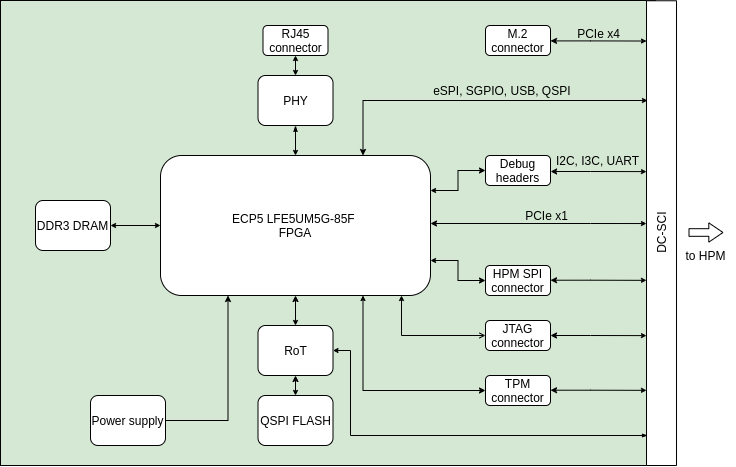
Before: img/diagram.png, a diagram exported from draw.io (antmicro/ecp5-dc-scm). Source tidied: cells renumbered, new cells last; positions are measured from the earlier drawing's top-left corner, leaving out a move shared by most shapes.
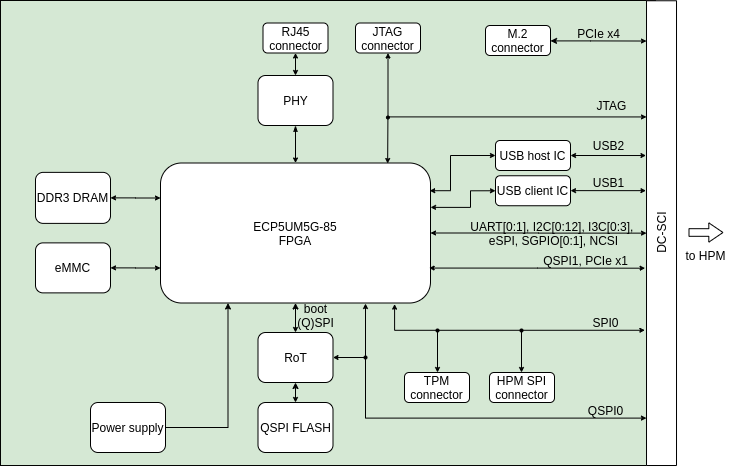
The same file after the commit.

Commit message:
Update diagram and visualisation

What changed in the source:
```diff
@@ -4,5 +4,5 @@
     <mxCell id="1" parent="0" />
-    <mxCell id="2" style="edgeStyle=orthogonalEdgeStyle;rounded=0;jettySize=auto;html=1;exitX=0;exitY=0.5;exitDx=0;exitDy=0;entryX=0.685;entryY=1.043;entryDx=0;entryDy=0;entryPerimeter=0;startArrow=oval;startFill=1;startSize=4;endArrow=oval;endFill=1;endSize=3;" parent="1" edge="1" source="16" target="10">
-      <mxGeometry relative="1" as="geometry" />
-    </mxCell>
+    <mxCell id="41" style="edgeStyle=orthogonalEdgeStyle;rounded=0;jettySize=auto;html=1;exitX=0;exitY=0.5;exitDx=0;exitDy=0;entryX=0.685;entryY=1.043;entryDx=0;entryDy=0;entryPerimeter=0;startArrow=oval;startFill=1;startSize=4;endArrow=oval;endFill=1;endSize=3;" parent="1" edge="1" source="16" target="50">
+      <mxGeometry relative="1" as="geometry" />
+    </mxCell>
     <mxCell id="3" style="rounded=0;whiteSpace=wrap;html=1;fillColor=#d5e8d4;strokeColor=#020301;" parent="1" vertex="1">
@@ -10,2 +10,5 @@
     </mxCell>
+    <mxCell id="42" style="edgeStyle=orthogonalEdgeStyle;rounded=0;jettySize=auto;html=1;exitX=0.75;exitY=0;exitDx=0;exitDy=0;entryX=0.5;entryY=1;entryDx=0;entryDy=0;startArrow=classic;startFill=1;startSize=3;endArrow=classic;endFill=1;endSize=3;" parent="1" edge="1" source="4" target="14">
+      <mxGeometry relative="1" as="geometry" />
+    </mxCell>
     <mxCell id="4" value="DC-SCI" style="rounded=0;whiteSpace=wrap;html=1;rotation=-90;" parent="1" vertex="1">
@@ -16,50 +19,63 @@
     </mxCell>
-    <mxCell id="6" style="edgeStyle=orthogonalEdgeStyle;rounded=0;jettySize=auto;html=1;exitX=0.5;exitY=1;exitDx=0;exitDy=0;entryX=0.5;entryY=0;entryDx=0;entryDy=0;startArrow=classic;startFill=1;startSize=4;endArrow=classic;endFill=1;endSize=3;" parent="1" edge="1" source="10" target="22">
-      <mxGeometry relative="1" as="geometry" />
-    </mxCell>
-    <mxCell id="7" style="edgeStyle=orthogonalEdgeStyle;rounded=0;jettySize=auto;html=1;exitX=0;exitY=0.5;exitDx=0;exitDy=0;entryX=1;entryY=0.5;entryDx=0;entryDy=0;startArrow=classic;startFill=1;startSize=3;endArrow=classic;endFill=1;endSize=3;" parent="1" edge="1" source="10" target="19">
-      <mxGeometry relative="1" as="geometry" />
-    </mxCell>
-    <mxCell id="8" style="edgeStyle=orthogonalEdgeStyle;rounded=0;jettySize=auto;html=1;exitX=0.25;exitY=1;exitDx=0;exitDy=0;entryX=1;entryY=0.5;entryDx=0;entryDy=0;startArrow=classic;startFill=1;startSize=4;endArrow=none;endFill=0;endSize=3;" parent="1" edge="1" source="10" target="27">
-      <mxGeometry relative="1" as="geometry" />
-    </mxCell>
-    <mxCell id="9" style="edgeStyle=orthogonalEdgeStyle;rounded=0;jettySize=auto;html=1;exitX=0.75;exitY=0;exitDx=0;exitDy=0;startArrow=classic;startFill=1;startSize=4;endArrow=classic;endFill=1;endSize=3;" parent="1" edge="1" source="10">
-      <mxGeometry relative="1" as="geometry">
-        <mxPoint x="647" y="100" as="targetPoint" />
-        <Array as="points">
-          <mxPoint x="363" y="100" />
-        </Array>
-      </mxGeometry>
-    </mxCell>
-    <mxCell id="10" value="ECP5 LFE5UM5G-85F&amp;nbsp;&lt;br&gt;FPGA" style="rounded=1;whiteSpace=wrap;html=1;" parent="1" vertex="1">
-      <mxGeometry x="160" y="155" width="270" height="140" as="geometry" />
-    </mxCell>
-    <mxCell id="11" style="edgeStyle=orthogonalEdgeStyle;rounded=0;jettySize=auto;html=1;exitX=0;exitY=0.5;exitDx=0;exitDy=0;entryX=1;entryY=0.25;entryDx=0;entryDy=0;startArrow=classic;startFill=1;startSize=4;endArrow=classic;endFill=1;endSize=3;" parent="1" edge="1" source="12" target="10">
-      <mxGeometry relative="1" as="geometry" />
-    </mxCell>
-    <mxCell id="12" value="Debug headers" style="rounded=1;whiteSpace=wrap;html=1;" parent="1" vertex="1">
-      <mxGeometry x="485" y="155" width="65" height="30" as="geometry" />
-    </mxCell>
-    <mxCell id="13" style="edgeStyle=orthogonalEdgeStyle;rounded=0;jettySize=auto;html=1;exitX=0;exitY=0.5;exitDx=0;exitDy=0;startArrow=open;startFill=0;startSize=4;endArrow=classic;endFill=1;endSize=3;" parent="1" edge="1" source="14">
-      <mxGeometry relative="1" as="geometry">
-        <mxPoint x="401" y="295" as="targetPoint" />
-      </mxGeometry>
-    </mxCell>
+    <mxCell id="43" style="edgeStyle=orthogonalEdgeStyle;rounded=0;jettySize=auto;html=1;exitX=0.5;exitY=1;exitDx=0;exitDy=0;entryX=0.5;entryY=0;entryDx=0;entryDy=0;startArrow=classic;startFill=1;startSize=4;endArrow=classic;endFill=1;endSize=3;" parent="1" edge="1" source="50" target="22">
+      <mxGeometry relative="1" as="geometry" />
+    </mxCell>
+    <mxCell id="44" style="edgeStyle=orthogonalEdgeStyle;rounded=0;jettySize=auto;html=1;exitX=0.25;exitY=1;exitDx=0;exitDy=0;entryX=1;entryY=0.5;entryDx=0;entryDy=0;startArrow=classic;startFill=1;startSize=4;endArrow=none;endFill=0;endSize=3;" parent="1" edge="1" source="50" target="27">
+      <mxGeometry relative="1" as="geometry" />
+    </mxCell>
+    <mxCell id="45" style="edgeStyle=orthogonalEdgeStyle;rounded=0;jettySize=auto;html=1;exitX=0;exitY=0.25;exitDx=0;exitDy=0;entryX=1;entryY=0.5;entryDx=0;entryDy=0;startArrow=classic;startFill=1;startSize=3;endArrow=classic;endFill=1;endSize=3;" parent="1" edge="1" source="50" target="19">
+      <mxGeometry relative="1" as="geometry" />
+    </mxCell>
+    <mxCell id="46" style="edgeStyle=orthogonalEdgeStyle;rounded=0;jettySize=auto;html=1;exitX=0;exitY=0.75;exitDx=0;exitDy=0;entryX=1;entryY=0.5;entryDx=0;entryDy=0;startArrow=classic;startFill=1;startSize=3;endArrow=classic;endFill=1;endSize=3;" parent="1" edge="1" source="50" target="57">
+      <mxGeometry relative="1" as="geometry" />
+    </mxCell>
+    <mxCell id="47" style="edgeStyle=orthogonalEdgeStyle;rounded=0;jettySize=auto;html=1;exitX=0.867;exitY=1.008;exitDx=0;exitDy=0;entryX=0.291;entryY=-0.054;entryDx=0;entryDy=0;entryPerimeter=0;startArrow=classic;startFill=1;startSize=3;endArrow=classic;endFill=1;endSize=3;exitPerimeter=0;" parent="1" edge="1" source="50" target="4">
+      <mxGeometry relative="1" as="geometry">
+        <Array as="points">
+          <mxPoint x="394" y="330" />
+        </Array>
+      </mxGeometry>
+    </mxCell>
+    <mxCell id="48" style="edgeStyle=orthogonalEdgeStyle;rounded=0;jettySize=auto;html=1;exitX=1;exitY=0.5;exitDx=0;exitDy=0;entryX=0.5;entryY=0;entryDx=0;entryDy=0;startArrow=classic;startFill=1;startSize=3;endArrow=classic;endFill=1;endSize=3;" parent="1" edge="1" source="50" target="4">
+      <mxGeometry relative="1" as="geometry" />
+    </mxCell>
+    <mxCell id="49" style="edgeStyle=orthogonalEdgeStyle;rounded=0;orthogonalLoop=1;jettySize=auto;html=1;startArrow=classic;startFill=1;startSize=3;endArrow=oval;endFill=1;endSize=3;" parent="1" edge="1">
+      <mxGeometry relative="1" as="geometry">
+        <mxPoint x="365" y="303" as="sourcePoint" />
+        <mxPoint x="365" y="357" as="targetPoint" />
+        <Array as="points">
+          <mxPoint x="365" y="303" />
+        </Array>
+      </mxGeometry>
+    </mxCell>
+    <mxCell id="50" value="ECP5UM5G-85&lt;br&gt;FPGA" style="rounded=1;whiteSpace=wrap;html=1;" parent="1" vertex="1">
+      <mxGeometry x="160" y="162.5" width="270" height="140" as="geometry" />
+    </mxCell>
     <mxCell id="14" value="JTAG connector" style="rounded=1;whiteSpace=wrap;html=1;" parent="1" vertex="1">
-      <mxGeometry x="485" y="320" width="65" height="30" as="geometry" />
+      <mxGeometry x="355" y="22.5" width="65" height="30" as="geometry" />
     </mxCell>
-    <mxCell id="15" style="edgeStyle=orthogonalEdgeStyle;rounded=0;jettySize=auto;html=1;exitX=0;exitY=0.5;exitDx=0;exitDy=0;entryX=0.75;entryY=1;entryDx=0;entryDy=0;startArrow=classic;startFill=1;startSize=4;endArrow=classic;endFill=1;endSize=3;" parent="1" edge="1" source="16" target="10">
-      <mxGeometry relative="1" as="geometry" />
-    </mxCell>
+    <mxCell id="51" style="edgeStyle=orthogonalEdgeStyle;rounded=0;jettySize=auto;html=1;exitX=0.5;exitY=0;exitDx=0;exitDy=0;startArrow=classic;startFill=1;endArrow=oval;endFill=1;endSize=3;startSize=3;" parent="1" edge="1" source="16">
+      <mxGeometry relative="1" as="geometry">
+        <mxPoint x="437" y="330" as="targetPoint" />
+        <Array as="points">
+          <mxPoint x="436" y="330" />
+        </Array>
+      </mxGeometry>
+    </mxCell>
     <mxCell id="16" value="TPM connector" style="rounded=1;whiteSpace=wrap;html=1;" parent="1" vertex="1">
-      <mxGeometry x="485" y="375" width="65" height="30" as="geometry" />
+      <mxGeometry x="404" y="372" width="65" height="30" as="geometry" />
     </mxCell>
-    <mxCell id="17" style="edgeStyle=orthogonalEdgeStyle;rounded=0;jettySize=auto;html=1;exitX=0;exitY=0.5;exitDx=0;exitDy=0;entryX=1;entryY=0.75;entryDx=0;entryDy=0;startArrow=classic;startFill=1;startSize=4;endArrow=classic;endFill=1;endSize=3;" parent="1" edge="1" source="18" target="10">
-      <mxGeometry relative="1" as="geometry" />
-    </mxCell>
+    <mxCell id="52" style="edgeStyle=orthogonalEdgeStyle;rounded=0;jettySize=auto;html=1;exitX=0.5;exitY=0;exitDx=0;exitDy=0;startArrow=classic;startFill=1;endArrow=oval;endFill=1;endSize=3;startSize=3;" parent="1" edge="1" source="18">
+      <mxGeometry relative="1" as="geometry">
+        <mxPoint x="521" y="330" as="targetPoint" />
+        <Array as="points">
+          <mxPoint x="522" y="330" />
+        </Array>
+      </mxGeometry>
+    </mxCell>
     <mxCell id="18" value="HPM SPI connector" style="rounded=1;whiteSpace=wrap;html=1;" parent="1" vertex="1">
-      <mxGeometry x="485" y="265" width="65" height="30" as="geometry" />
+      <mxGeometry x="489" y="372" width="65" height="30" as="geometry" />
     </mxCell>
     <mxCell id="19" value="DDR3 DRAM" style="rounded=1;whiteSpace=wrap;html=1;" parent="1" vertex="1">
-      <mxGeometry x="35" y="200" width="75" height="50" as="geometry" />
+      <mxGeometry x="35" y="171.9" width="75" height="51" as="geometry" />
     </mxCell>
@@ -68,16 +84,15 @@
     </mxCell>
-    <mxCell id="21" style="edgeStyle=orthogonalEdgeStyle;rounded=0;jettySize=auto;html=1;exitX=1;exitY=0.5;exitDx=0;exitDy=0;startArrow=classic;startFill=1;startSize=3;endArrow=blockThin;endFill=1;endSize=3;" parent="1" edge="1" source="22">
-      <mxGeometry relative="1" as="geometry">
-        <mxPoint x="647" y="435" as="targetPoint" />
-        <Array as="points">
-          <mxPoint x="350" y="350" />
-          <mxPoint x="350" y="435" />
-        </Array>
-      </mxGeometry>
-    </mxCell>
+    <mxCell id="53" style="edgeStyle=orthogonalEdgeStyle;rounded=0;jettySize=auto;html=1;exitX=1;exitY=0.5;exitDx=0;exitDy=0;startArrow=classic;startFill=1;startSize=3;endArrow=classic;endFill=1;endSize=3;entryX=0.102;entryY=-0.002;entryDx=0;entryDy=0;entryPerimeter=0;" parent="1" edge="1" source="22" target="4">
+      <mxGeometry relative="1" as="geometry">
+        <Array as="points">
+          <mxPoint x="365" y="357" />
+          <mxPoint x="365" y="418" />
+        </Array>
+      </mxGeometry>
+    </mxCell>
     <mxCell id="22" value="RoT" style="rounded=1;whiteSpace=wrap;html=1;" parent="1" vertex="1">
-      <mxGeometry x="257.5" y="325" width="75" height="50" as="geometry" />
+      <mxGeometry x="257.5" y="332" width="75" height="50" as="geometry" />
     </mxCell>
     <mxCell id="23" value="QSPI FLASH" style="rounded=1;whiteSpace=wrap;html=1;" parent="1" vertex="1">
-      <mxGeometry x="257.5" y="395" width="75" height="50" as="geometry" />
+      <mxGeometry x="257.5" y="402" width="75" height="50" as="geometry" />
     </mxCell>
@@ -90,10 +105,10 @@
     <mxCell id="26" value="RJ45 connector" style="rounded=1;whiteSpace=wrap;html=1;" parent="1" vertex="1">
-      <mxGeometry x="262.5" y="25" width="65" height="30" as="geometry" />
+      <mxGeometry x="262.5" y="22.5" width="65" height="30" as="geometry" />
     </mxCell>
     <mxCell id="27" value="Power supply" style="rounded=1;whiteSpace=wrap;html=1;" parent="1" vertex="1">
-      <mxGeometry x="90" y="395" width="75" height="50" as="geometry" />
+      <mxGeometry x="90" y="402" width="75" height="50" as="geometry" />
     </mxCell>
-    <mxCell id="28" style="edgeStyle=orthogonalEdgeStyle;rounded=0;jettySize=auto;html=1;exitX=0.5;exitY=1;exitDx=0;exitDy=0;entryX=0.5;entryY=0;entryDx=0;entryDy=0;startArrow=classicThin;startFill=1;startSize=4;endArrow=classic;endFill=1;endSize=3;" parent="1" edge="1" source="29" target="10">
-      <mxGeometry relative="1" as="geometry" />
-    </mxCell>
+    <mxCell id="54" style="edgeStyle=orthogonalEdgeStyle;rounded=0;jettySize=auto;html=1;exitX=0.5;exitY=1;exitDx=0;exitDy=0;entryX=0.5;entryY=0;entryDx=0;entryDy=0;startArrow=classicThin;startFill=1;startSize=4;endArrow=classic;endFill=1;endSize=3;" parent="1" edge="1" source="29" target="50">
+      <mxGeometry relative="1" as="geometry" />
+    </mxCell>
     <mxCell id="29" value="PHY" style="rounded=1;whiteSpace=wrap;html=1;" parent="1" vertex="1">
@@ -101,42 +116,12 @@
     </mxCell>
-    <mxCell id="30" style="edgeStyle=orthogonalEdgeStyle;rounded=0;orthogonalLoop=1;jettySize=auto;html=1;exitX=1;exitY=0.5;exitDx=0;exitDy=0;entryX=0.608;entryY=-0.005;entryDx=0;entryDy=0;startArrow=classic;startFill=1;startSize=4;endArrow=classic;endFill=1;endSize=3;entryPerimeter=0;" parent="1" edge="1">
-      <mxGeometry relative="1" as="geometry">
-        <mxPoint x="550" y="40.4" as="sourcePoint" />
-        <mxPoint x="646" y="40.5" as="targetPoint" />
-        <Array as="points">
-          <mxPoint x="590" y="40" />
-          <mxPoint x="630" y="41" />
-        </Array>
-      </mxGeometry>
-    </mxCell>
-    <mxCell id="31" style="edgeStyle=orthogonalEdgeStyle;rounded=0;orthogonalLoop=1;jettySize=auto;html=1;exitX=1;exitY=0.5;exitDx=0;exitDy=0;entryX=0.608;entryY=-0.005;entryDx=0;entryDy=0;startArrow=classic;startFill=1;startSize=4;endArrow=classic;endFill=1;endSize=3;entryPerimeter=0;" parent="1" edge="1">
-      <mxGeometry relative="1" as="geometry">
-        <mxPoint x="550" y="279.7" as="sourcePoint" />
-        <mxPoint x="646" y="279.8" as="targetPoint" />
-        <Array as="points">
-          <mxPoint x="590" y="279.3" />
-          <mxPoint x="630" y="280.3" />
-        </Array>
-      </mxGeometry>
-    </mxCell>
-    <mxCell id="32" style="edgeStyle=orthogonalEdgeStyle;rounded=0;orthogonalLoop=1;jettySize=auto;html=1;exitX=1;exitY=0.5;exitDx=0;exitDy=0;entryX=0.608;entryY=-0.005;entryDx=0;entryDy=0;startArrow=classic;startFill=1;startSize=4;endArrow=classic;endFill=1;endSize=3;entryPerimeter=0;" parent="1" edge="1">
-      <mxGeometry relative="1" as="geometry">
-        <mxPoint x="550" y="335" as="sourcePoint" />
-        <mxPoint x="646" y="335.1" as="targetPoint" />
-        <Array as="points">
-          <mxPoint x="590" y="334.6" />
-          <mxPoint x="630" y="335.6" />
-        </Array>
-      </mxGeometry>
-    </mxCell>
-    <mxCell id="33" style="edgeStyle=orthogonalEdgeStyle;rounded=0;orthogonalLoop=1;jettySize=auto;html=1;exitX=1;exitY=0.5;exitDx=0;exitDy=0;entryX=0.608;entryY=-0.005;entryDx=0;entryDy=0;startArrow=classic;startFill=1;startSize=4;endArrow=classic;endFill=1;endSize=3;entryPerimeter=0;" parent="1" edge="1">
-      <mxGeometry relative="1" as="geometry">
-        <mxPoint x="550" y="389.7" as="sourcePoint" />
-        <mxPoint x="646" y="389.8" as="targetPoint" />
-        <Array as="points">
-          <mxPoint x="590" y="389.3" />
-          <mxPoint x="630" y="390.3" />
-        </Array>
-      </mxGeometry>
-    </mxCell>
+    <mxCell id="55" style="edgeStyle=orthogonalEdgeStyle;rounded=0;orthogonalLoop=1;jettySize=auto;html=1;exitX=1;exitY=0.5;exitDx=0;exitDy=0;entryX=0.608;entryY=-0.005;entryDx=0;entryDy=0;startArrow=classic;startFill=1;startSize=4;endArrow=classic;endFill=1;endSize=3;entryPerimeter=0;" parent="1" edge="1">
+      <mxGeometry relative="1" as="geometry">
+        <mxPoint x="550" y="40.4" as="sourcePoint" />
+        <mxPoint x="646" y="40.5" as="targetPoint" />
+        <Array as="points">
+          <mxPoint x="590" y="40" />
+          <mxPoint x="630" y="41" />
+        </Array>
+      </mxGeometry>
+    </mxCell>
     <mxCell id="34" value="PCIe x4" style="text;html=1;align=center;verticalAlign=middle;" parent="1" vertex="1">
@@ -144,35 +129,85 @@
     </mxCell>
-    <mxCell id="35" value="I2C, I3C, UART" style="text;html=1;align=center;verticalAlign=middle;" parent="1" vertex="1">
-      <mxGeometry x="549.5" y="150" width="95" height="20" as="geometry" />
-    </mxCell>
-    <mxCell id="36" style="edgeStyle=orthogonalEdgeStyle;rounded=0;orthogonalLoop=1;jettySize=auto;html=1;exitX=1;exitY=0.5;exitDx=0;exitDy=0;entryX=0.608;entryY=-0.005;entryDx=0;entryDy=0;startArrow=classic;startFill=1;startSize=4;endArrow=classic;endFill=1;endSize=3;entryPerimeter=0;" parent="1" edge="1">
-      <mxGeometry relative="1" as="geometry">
-        <mxPoint x="550.1" y="171" as="sourcePoint" />
-        <mxPoint x="646" y="171.1" as="targetPoint" />
-        <Array as="points">
-          <mxPoint x="590.1" y="170.6" />
-          <mxPoint x="630.1" y="171.6" />
-        </Array>
-      </mxGeometry>
-    </mxCell>
-    <mxCell id="37" value="eSPI, SGPIO, USB, QSPI&amp;nbsp;" style="text;html=1;align=center;verticalAlign=middle;" parent="1" vertex="1">
-      <mxGeometry x="425" y="80" width="155" height="20" as="geometry" />
-    </mxCell>
-    <mxCell id="38" style="shape=flexArrow;endArrow=classic;html=1;width=7.619047619047619;endSize=4.395238095238096;endWidth=10.657596371882086;" parent="1" edge="1">
-      <mxGeometry relative="1" as="geometry">
-        <mxPoint x="688" y="232" as="sourcePoint" />
-        <mxPoint x="723" y="232" as="targetPoint" />
-      </mxGeometry>
-    </mxCell>
-    <mxCell id="39" style="edgeStyle=orthogonalEdgeStyle;rounded=0;jettySize=auto;html=1;entryX=0.608;entryY=-0.005;entryDx=0;entryDy=0;startArrow=classic;startFill=1;startSize=4;endArrow=classic;endFill=1;endSize=3;entryPerimeter=0;" parent="1" edge="1" source="10">
-      <mxGeometry relative="1" as="geometry">
-        <mxPoint x="646" y="223" as="targetPoint" />
-        <Array as="points">
-          <mxPoint x="590" y="223" />
-        </Array>
-      </mxGeometry>
-    </mxCell>
-    <mxCell id="40" value="PCIe x1" style="text;html=1;align=center;verticalAlign=middle;" parent="1" vertex="1">
-      <mxGeometry x="518" y="205" width="55" height="20" as="geometry" />
-    </mxCell>
+    <mxCell id="56" style="shape=flexArrow;endArrow=classic;html=1;width=7.619047619047619;endSize=4.395238095238096;endWidth=10.657596371882086;" parent="1" edge="1">
+      <mxGeometry relative="1" as="geometry">
+        <mxPoint x="688" y="232" as="sourcePoint" />
+        <mxPoint x="723" y="232" as="targetPoint" />
+      </mxGeometry>
+    </mxCell>
+    <mxCell id="57" value="eMMC" style="rounded=1;whiteSpace=wrap;html=1;" parent="1" vertex="1">
+      <mxGeometry x="35" y="242.4" width="75" height="50" as="geometry" />
+    </mxCell>
+    <mxCell id="58" style="edgeStyle=orthogonalEdgeStyle;rounded=0;jettySize=auto;html=1;exitX=0;exitY=0.5;exitDx=0;exitDy=0;entryX=0.997;entryY=0.198;entryDx=0;entryDy=0;entryPerimeter=0;startArrow=classic;startFill=1;startSize=3;endArrow=classic;endFill=1;endSize=3;" parent="1" edge="1" source="60" target="50">
+      <mxGeometry relative="1" as="geometry">
+        <Array as="points">
+          <mxPoint x="450" y="155" />
+          <mxPoint x="450" y="190" />
+        </Array>
+      </mxGeometry>
+    </mxCell>
+    <mxCell id="59" style="edgeStyle=orthogonalEdgeStyle;rounded=0;jettySize=auto;html=1;exitX=1;exitY=0.5;exitDx=0;exitDy=0;entryX=0.667;entryY=-0.018;entryDx=0;entryDy=0;entryPerimeter=0;startArrow=classic;startFill=1;startSize=3;endArrow=classic;endFill=1;endSize=3;" parent="1" edge="1" source="60" target="4">
+      <mxGeometry relative="1" as="geometry" />
+    </mxCell>
+    <mxCell id="60" value="USB host IC" style="rounded=1;whiteSpace=wrap;html=1;" parent="1" vertex="1">
+      <mxGeometry x="495" y="140" width="75" height="30" as="geometry" />
+    </mxCell>
+    <mxCell id="61" style="edgeStyle=orthogonalEdgeStyle;rounded=0;jettySize=auto;html=1;exitX=0;exitY=0.5;exitDx=0;exitDy=0;entryX=1;entryY=0.317;entryDx=0;entryDy=0;entryPerimeter=0;startArrow=classic;startFill=1;startSize=3;endArrow=classic;endFill=1;endSize=3;" parent="1" edge="1" source="62" target="50">
+      <mxGeometry relative="1" as="geometry">
+        <Array as="points">
+          <mxPoint x="470" y="190" />
+          <mxPoint x="470" y="207" />
+        </Array>
+      </mxGeometry>
+    </mxCell>
+    <mxCell id="62" value="USB client IC" style="rounded=1;whiteSpace=wrap;html=1;" parent="1" vertex="1">
+      <mxGeometry x="495" y="175.2" width="75" height="30" as="geometry" />
+    </mxCell>
+    <mxCell id="63" style="edgeStyle=orthogonalEdgeStyle;rounded=0;orthogonalLoop=1;jettySize=auto;html=1;exitX=1;exitY=0.5;exitDx=0;exitDy=0;entryX=0.667;entryY=-0.018;entryDx=0;entryDy=0;entryPerimeter=0;startArrow=classic;startFill=1;startSize=3;endArrow=classic;endFill=1;endSize=3;" parent="1" edge="1">
+      <mxGeometry relative="1" as="geometry">
+        <mxPoint x="570" y="190.1" as="sourcePoint" />
+        <mxPoint x="645.5" y="190.1" as="targetPoint" />
+      </mxGeometry>
+    </mxCell>
+    <mxCell id="64" value="USB1" style="text;html=1;align=center;verticalAlign=middle;" parent="1" vertex="1">
+      <mxGeometry x="585" y="171.9" width="45" height="20" as="geometry" />
+    </mxCell>
+    <mxCell id="65" value="boot&lt;br&gt;(Q)SPI" style="text;html=1;align=center;verticalAlign=middle;" parent="1" vertex="1">
+      <mxGeometry x="290" y="297" width="50" height="35" as="geometry" />
+    </mxCell>
+    <mxCell id="66" value="QSPI0" style="text;html=1;align=center;verticalAlign=middle;" parent="1" vertex="1">
+      <mxGeometry x="580" y="400" width="50" height="20" as="geometry" />
+    </mxCell>
+    <mxCell id="67" value="SPI0" style="text;html=1;align=center;verticalAlign=middle;" parent="1" vertex="1">
+      <mxGeometry x="585" y="312" width="40" height="20" as="geometry" />
+    </mxCell>
+    <mxCell id="68" style="edgeStyle=orthogonalEdgeStyle;rounded=0;orthogonalLoop=1;jettySize=auto;html=1;exitX=1;exitY=0.5;exitDx=0;exitDy=0;entryX=0.5;entryY=0;entryDx=0;entryDy=0;startArrow=classic;startFill=1;startSize=3;endArrow=classic;endFill=1;endSize=3;" parent="1" edge="1">
+      <mxGeometry relative="1" as="geometry">
+        <mxPoint x="428.6" y="267.6" as="sourcePoint" />
+        <mxPoint x="644.6" y="267.7" as="targetPoint" />
+        <Array as="points">
+          <mxPoint x="537" y="268" />
+          <mxPoint x="645" y="268" />
+        </Array>
+      </mxGeometry>
+    </mxCell>
+    <mxCell id="69" value="QSPI1, PCIe x1" style="text;html=1;align=center;verticalAlign=middle;" parent="1" vertex="1">
+      <mxGeometry x="535" y="250" width="100" height="20" as="geometry" />
+    </mxCell>
+    <mxCell id="70" style="edgeStyle=orthogonalEdgeStyle;rounded=0;orthogonalLoop=1;jettySize=auto;html=1;startArrow=oval;startFill=1;startSize=3;endArrow=classic;endFill=1;endSize=3;entryX=0.845;entryY=0.004;entryDx=0;entryDy=0;entryPerimeter=0;" parent="1" edge="1">
+      <mxGeometry relative="1" as="geometry">
+        <mxPoint x="387.4" y="117" as="sourcePoint" />
+        <mxPoint x="387.2" y="163.1" as="targetPoint" />
+        <Array as="points">
+          <mxPoint x="387" y="117" />
+        </Array>
+      </mxGeometry>
+    </mxCell>
+    <mxCell id="71" value="JTAG" style="text;html=1;align=center;verticalAlign=middle;" parent="1" vertex="1">
+      <mxGeometry x="588" y="95" width="45" height="20" as="geometry" />
+    </mxCell>
+    <mxCell id="72" value="USB2" style="text;html=1;align=center;verticalAlign=middle;" parent="1" vertex="1">
+      <mxGeometry x="585" y="135" width="45" height="20" as="geometry" />
+    </mxCell>
+    <mxCell id="73" value="UART[0:1], I2C[0:12], I3C[0:3], &lt;br&gt;eSPI, SGPIO[0:1], NCSI" style="text;html=1;align=center;verticalAlign=middle;" parent="1" vertex="1">
+      <mxGeometry x="465" y="215.1" width="175" height="35" as="geometry" />
+    </mxCell>
   </root>
```
